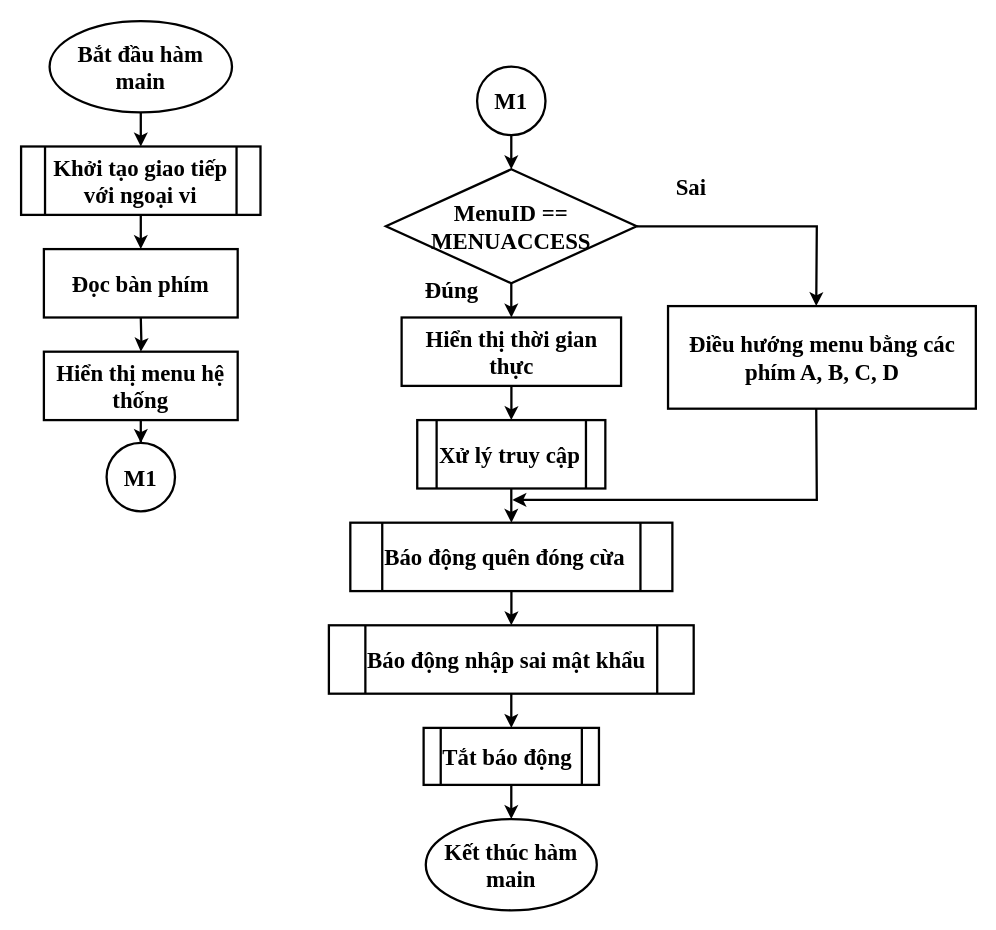
sonvu20489/DATN_Sonvth_Khiemhdt keeps this draw.io diagram as Work/Flowchart/Main_LVTN.drawio. Above is the earlier version. Source tidied: cells renumbered, new cells numbered last; positions are measured from the earlier drawing's top-left corner, leaving out a move shared by most shapes. Both pictures are drawn from the tidied source at 114%, with x=0, y=0 at pixel (21, 21).
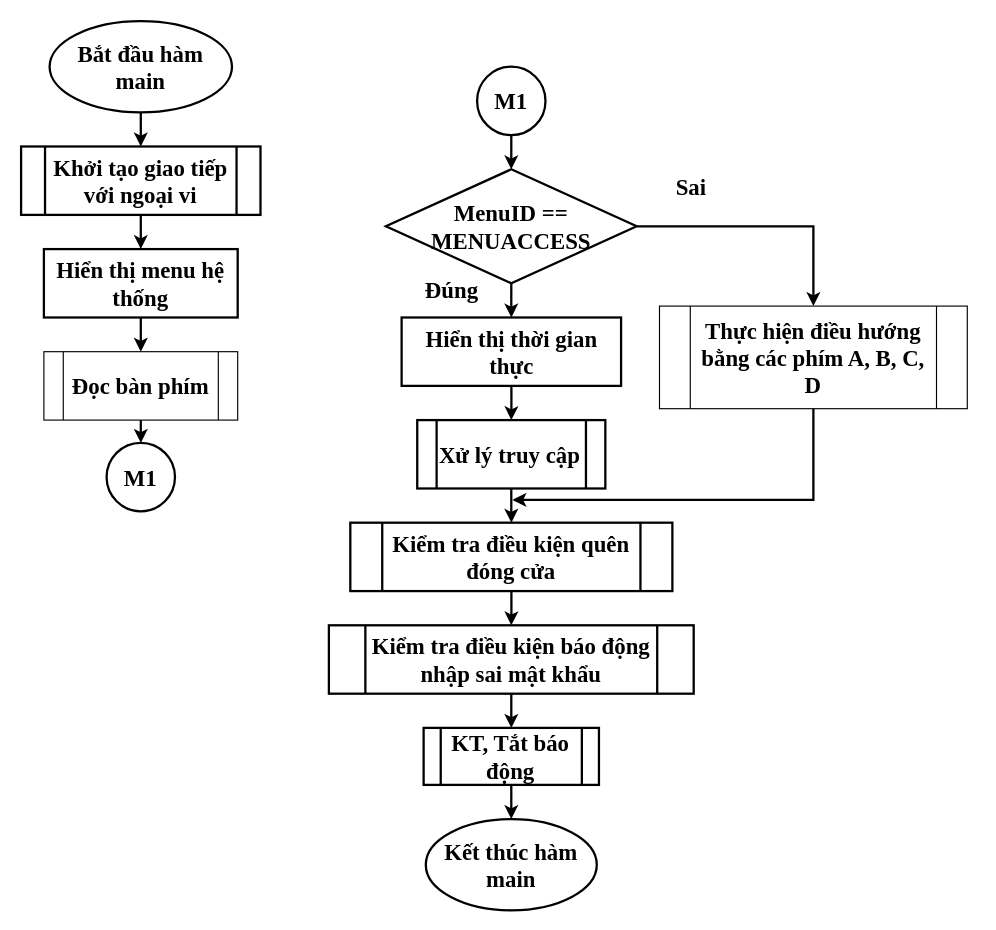
The same page after the edit.

Unchanged cells that the change refers to:
```xml
<mxCell id="4" value="MenuID == MENUACCESS" style="rhombus;whiteSpace=wrap;html=1;strokeWidth=2;fontSize=20;fontFamily=Times New Roman;fontStyle=1;" parent="1" vertex="1">
  <mxGeometry x="320" y="130" width="220" height="100" as="geometry" />
</mxCell>
<mxCell id="25" value="Khởi tạo giao tiếp với ngoại vi" style="shape=process;whiteSpace=wrap;html=1;backgroundOutline=1;strokeWidth=2;fontSize=20;fontFamily=Times New Roman;fontStyle=1;" parent="1" vertex="1">
  <mxGeometry y="110" width="210" height="60" as="geometry" />
</mxCell>
<mxCell id="28" value="M1" style="ellipse;whiteSpace=wrap;html=1;strokeWidth=2;fontFamily=Times New Roman;fontStyle=1;fontSize=20;" parent="1" vertex="1">
  <mxGeometry x="75" y="370" width="60" height="60" as="geometry" />
</mxCell>
```

What changed in the source:
```diff
@@
-    <mxCell id="2" style="edgeStyle=orthogonalEdgeStyle;rounded=0;jettySize=auto;html=1;exitX=1;exitY=0.5;exitDx=0;exitDy=0;entryX=0.5;entryY=0;entryDx=0;entryDy=0;strokeWidth=2;fontSize=20;fontFamily=Times New Roman;fontStyle=1;" parent="1" edge="1" source="4">
-      <mxGeometry relative="1" as="geometry">
-        <mxPoint x="697.5" y="250" as="targetPoint" />
-      </mxGeometry>
+    <mxCell id="2" style="edgeStyle=orthogonalEdgeStyle;rounded=0;jettySize=auto;html=1;exitX=1;exitY=0.5;exitDx=0;exitDy=0;entryX=0.5;entryY=0;entryDx=0;entryDy=0;strokeWidth=2;fontSize=20;fontFamily=Times New Roman;fontStyle=1;" parent="1" edge="1" source="4" target="34">
+      <mxGeometry relative="1" as="geometry" />
     </mxCell>
@@
-    <mxCell id="9" style="endArrow=classic;html=1;rounded=0;exitX=0.5;exitY=1;exitDx=0;exitDy=0;strokeWidth=2;fontSize=20;fontFamily=Times New Roman;fontStyle=1;" parent="1" edge="1">
+    <mxCell id="9" style="endArrow=classic;html=1;rounded=0;exitX=0.5;exitY=1;exitDx=0;exitDy=0;strokeWidth=2;fontSize=20;fontFamily=Times New Roman;fontStyle=1;" parent="1" edge="1" source="34">
       <mxGeometry relative="1" as="geometry">
-        <mxPoint x="697.5" y="340" as="sourcePoint" />
         <mxPoint x="431" y="420" as="targetPoint" />
         <Array as="points">
-          <mxPoint x="698" y="420" />
+          <mxPoint x="695" y="420" />
         </Array>
       </mxGeometry>
     </mxCell>
@@
-    <mxCell id="11" value="Báo động nhập sai mật khẩu" style="shape=process;whiteSpace=wrap;html=1;backgroundOutline=1;strokeWidth=2;fontSize=20;fontFamily=Times New Roman;fontStyle=1;align=left;" parent="1" vertex="1">
+    <mxCell id="11" value="Kiểm tra điều kiện báo động nhập sai mật khẩu" style="shape=process;whiteSpace=wrap;html=1;backgroundOutline=1;strokeWidth=2;fontSize=20;fontFamily=Times New Roman;fontStyle=1;align=center;" parent="1" vertex="1">
       <mxGeometry x="270" y="530" width="320" height="60" as="geometry" />
     </mxCell>
@@
-    <mxCell id="15" value="Điều hướng menu bằng các phím A, B, C, D" style="rounded=0;whiteSpace=wrap;html=1;strokeWidth=2;fontSize=20;fontFamily=Times New Roman;fontStyle=1;" parent="1" vertex="1">
-      <mxGeometry x="567.5" y="250" width="270" height="90" as="geometry" />
-    </mxCell>
@@
-    <mxCell id="17" value="Tắt báo động" style="shape=process;whiteSpace=wrap;html=1;backgroundOutline=1;strokeWidth=2;fontSize=20;fontFamily=Times New Roman;fontStyle=1;align=left;" parent="1" vertex="1">
+    <mxCell id="17" value="KT, Tắt báo động" style="shape=process;whiteSpace=wrap;html=1;backgroundOutline=1;strokeWidth=2;fontSize=20;fontFamily=Times New Roman;fontStyle=1;align=center;" parent="1" vertex="1">
       <mxGeometry x="353.1" y="620" width="153.8" height="50" as="geometry" />
     </mxCell>
@@
-    <mxCell id="19" value="Báo động quên đóng cừa" style="shape=process;whiteSpace=wrap;html=1;backgroundOutline=1;strokeWidth=2;fontSize=20;fontFamily=Times New Roman;fontStyle=1;align=left;" parent="1" vertex="1">
+    <mxCell id="19" value="Kiểm tra điều kiện quên đóng cửa" style="shape=process;whiteSpace=wrap;html=1;backgroundOutline=1;strokeWidth=2;fontSize=20;fontFamily=Times New Roman;fontStyle=1;align=center;" parent="1" vertex="1">
       <mxGeometry x="288.8" y="440" width="282.5" height="60" as="geometry" />
     </mxCell>
@@
-    <mxCell id="22" style="edgeStyle=orthogonalEdgeStyle;rounded=0;jettySize=auto;html=1;strokeWidth=2;fontSize=20;fontFamily=Times New Roman;fontStyle=1;entryX=0.5;entryY=0;entryDx=0;entryDy=0;" parent="1" edge="1" source="23" target="28">
-      <mxGeometry relative="1" as="geometry" />
-    </mxCell>
+    <mxCell id="31" style="edgeStyle=orthogonalEdgeStyle;rounded=0;jettySize=auto;html=1;exitX=0.5;exitY=1;exitDx=0;exitDy=0;entryX=0.5;entryY=0;entryDx=0;entryDy=0;strokeWidth=2;" parent="1" edge="1" source="23" target="27">
+      <mxGeometry relative="1" as="geometry" />
+    </mxCell>
     <mxCell id="23" value="Hiển thị menu hệ thống" style="rounded=0;whiteSpace=wrap;html=1;strokeWidth=2;fontSize=20;fontFamily=Times New Roman;fontStyle=1;" parent="1" vertex="1">
-      <mxGeometry x="20" y="290" width="170" height="60" as="geometry" />
+      <mxGeometry x="20" y="200" width="170" height="60" as="geometry" />
     </mxCell>
-    <mxCell id="24" style="edgeStyle=orthogonalEdgeStyle;rounded=0;jettySize=auto;html=1;strokeWidth=2;fontSize=20;fontFamily=Times New Roman;fontStyle=1;entryX=0.5;entryY=0;entryDx=0;entryDy=0;" parent="1" edge="1" source="25" target="27">
-      <mxGeometry relative="1" as="geometry" />
-    </mxCell>
+    <mxCell id="32" style="edgeStyle=orthogonalEdgeStyle;rounded=0;jettySize=auto;html=1;exitX=0.5;exitY=1;exitDx=0;exitDy=0;entryX=0.5;entryY=0;entryDx=0;entryDy=0;strokeWidth=2;" parent="1" edge="1" source="25" target="23">
+      <mxGeometry relative="1" as="geometry" />
+    </mxCell>
@@
-    <mxCell id="26" style="edgeStyle=orthogonalEdgeStyle;rounded=0;jettySize=auto;html=1;strokeWidth=2;fontSize=20;fontFamily=Times New Roman;fontStyle=1;" parent="1" edge="1" target="23">
-      <mxGeometry relative="1" as="geometry">
-        <mxPoint x="105" y="260" as="sourcePoint" />
-      </mxGeometry>
-    </mxCell>
-    <mxCell id="27" value="Đọc bàn phím" style="rounded=0;whiteSpace=wrap;html=1;strokeWidth=2;fontSize=20;fontFamily=Times New Roman;fontStyle=1;" parent="1" vertex="1">
-      <mxGeometry x="20" y="200" width="170" height="60" as="geometry" />
-    </mxCell>
@@
+    <mxCell id="33" style="edgeStyle=orthogonalEdgeStyle;rounded=0;jettySize=auto;html=1;exitX=0.5;exitY=1;exitDx=0;exitDy=0;entryX=0.5;entryY=0;entryDx=0;entryDy=0;strokeWidth=2;" parent="1" edge="1" source="27" target="28">
+      <mxGeometry relative="1" as="geometry" />
+    </mxCell>
+    <mxCell id="27" value="Đọc bàn phím" style="shape=process;whiteSpace=wrap;html=1;backgroundOutline=1;fontSize=20;fontFamily=Times New Roman;fontStyle=1;" parent="1" vertex="1">
+      <mxGeometry x="20" y="290" width="170" height="60" as="geometry" />
+    </mxCell>
+    <mxCell id="34" value="Thực hiện điều hướng bằng các phím A, B, C, D" style="shape=process;whiteSpace=wrap;html=1;backgroundOutline=1;fontFamily=Times New Roman;fontSize=20;fontStyle=1;" parent="1" vertex="1">
+      <mxGeometry x="560" y="250" width="270" height="90" as="geometry" />
+    </mxCell>
```
